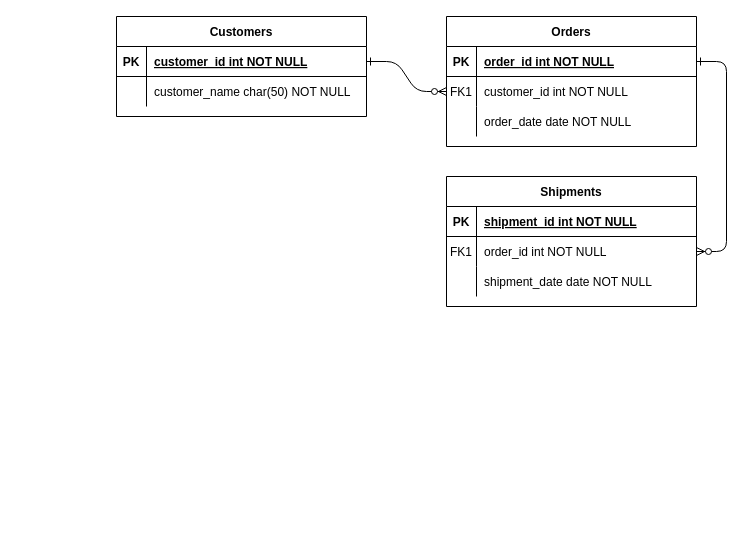
Earlier version of the draw.io diagram 未命名绘图.drawio (wangyj/docs). Source tidied: cells renumbered, new cells numbered last; positions are measured from the earlier drawing's top-left corner, leaving out a move shared by most shapes. Both pictures are drawn from the tidied source at 100%, with x=0, y=0 at pixel (116, 16).
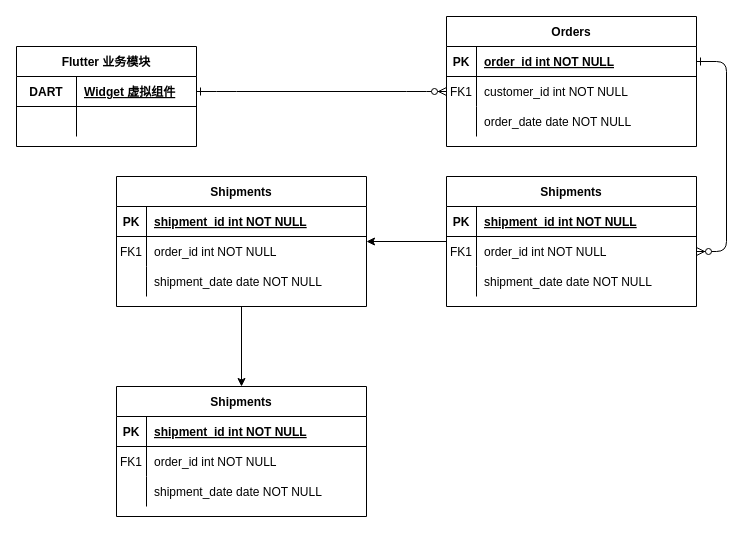
Above is the later version.

Commit message:
更新未命名绘图.drawio

Unchanged cells that the change refers to:
```xml
<mxCell id="14" value="Shipments" style="shape=table;startSize=30;childLayout=tableLayout;rowLines=0;fontStyle=1;align=center;" parent="1" vertex="1">
  <mxGeometry x="330" y="160" width="250" height="130" as="geometry" />
</mxCell>
```

Change to the diagram source:
```diff
@@
+    <mxCell id="31" style="edgeStyle=orthogonalEdgeStyle;rounded=0;jettySize=auto;html=1;" parent="1" edge="1" source="14" target="33">
+      <mxGeometry relative="1" as="geometry" />
+    </mxCell>
@@
-    <mxCell id="24" value="Customers" style="shape=table;startSize=30;childLayout=tableLayout;rowLines=0;fontStyle=1;align=center;" parent="1" vertex="1">
-      <mxGeometry width="250" height="100" as="geometry" />
+    <mxCell id="24" value="Flutter 业务模块" style="shape=table;startSize=30;childLayout=tableLayout;rowLines=0;fontStyle=1;align=center;" parent="1" vertex="1">
+      <mxGeometry x="-100" y="30" width="180" height="100" as="geometry" />
     </mxCell>
     <mxCell id="25" style="shape=partialRectangle;fillColor=none;points=[[0,0.5],[1,0.5]];portConstraint=eastwest;top=0;left=0;right=0;bottom=1;" parent="24" vertex="1">
-      <mxGeometry y="30" width="250" height="30" as="geometry" />
+      <mxGeometry y="30" width="180" height="30" as="geometry" />
     </mxCell>
-    <mxCell id="26" value="PK" style="shape=partialRectangle;overflow=hidden;fillColor=none;top=0;left=0;bottom=0;right=0;fontStyle=1;" parent="25" vertex="1">
-      <mxGeometry width="30" height="30" as="geometry" />
+    <mxCell id="26" value="DART" style="shape=partialRectangle;overflow=hidden;fillColor=none;top=0;left=0;bottom=0;right=0;fontStyle=1;" parent="25" vertex="1">
+      <mxGeometry width="60" height="30" as="geometry" />
     </mxCell>
-    <mxCell id="27" value="customer_id int NOT NULL " style="shape=partialRectangle;overflow=hidden;fillColor=none;top=0;left=0;bottom=0;right=0;align=left;spacingLeft=6;fontStyle=5;" parent="25" vertex="1">
-      <mxGeometry x="30" width="220" height="30" as="geometry" />
+    <mxCell id="27" value="Widget 虚拟组件" style="shape=partialRectangle;overflow=hidden;fillColor=none;top=0;left=0;bottom=0;right=0;align=left;spacingLeft=6;fontStyle=5;" parent="25" vertex="1">
+      <mxGeometry x="60" width="120" height="30" as="geometry" />
     </mxCell>
     <mxCell id="28" style="shape=partialRectangle;fillColor=none;top=0;left=0;right=0;bottom=0;" parent="24" vertex="1">
-      <mxGeometry y="60" width="250" height="30" as="geometry" />
+      <mxGeometry y="60" width="180" height="30" as="geometry" />
     </mxCell>
     <mxCell id="29" style="shape=partialRectangle;overflow=hidden;fillColor=none;top=0;left=0;bottom=0;right=0;" parent="28" vertex="1">
-      <mxGeometry width="30" height="30" as="geometry" />
+      <mxGeometry width="60" height="30" as="geometry" />
     </mxCell>
-    <mxCell id="30" value="customer_name char(50) NOT NULL" style="shape=partialRectangle;overflow=hidden;fillColor=none;top=0;left=0;bottom=0;right=0;align=left;spacingLeft=6;" parent="28" vertex="1">
-      <mxGeometry x="30" width="220" height="30" as="geometry" />
+    <mxCell id="30" style="shape=partialRectangle;overflow=hidden;fillColor=none;top=0;left=0;bottom=0;right=0;align=left;spacingLeft=6;" parent="28" vertex="1">
+      <mxGeometry x="60" width="120" height="30" as="geometry" />
     </mxCell>
+    <mxCell id="32" style="edgeStyle=orthogonalEdgeStyle;rounded=0;jettySize=auto;html=1;" parent="1" edge="1" source="33" target="43">
+      <mxGeometry relative="1" as="geometry" />
+    </mxCell>
+    <mxCell id="33" value="Shipments" style="shape=table;startSize=30;childLayout=tableLayout;rowLines=0;fontStyle=1;align=center;" parent="1" vertex="1">
+      <mxGeometry y="160" width="250" height="130" as="geometry" />
+    </mxCell>
+    <mxCell id="34" style="shape=partialRectangle;fillColor=none;top=0;left=0;right=0;bottom=1;" parent="33" vertex="1">
+      <mxGeometry y="30" width="250" height="30" as="geometry" />
+    </mxCell>
+    <mxCell id="35" value="PK" style="shape=partialRectangle;overflow=hidden;fillColor=none;top=0;left=0;bottom=0;right=0;fontStyle=1;" parent="34" vertex="1">
+      <mxGeometry width="30" height="30" as="geometry" />
+    </mxCell>
+    <mxCell id="36" value="shipment_id int NOT NULL " style="shape=partialRectangle;overflow=hidden;fillColor=none;top=0;left=0;bottom=0;right=0;align=left;spacingLeft=6;fontStyle=5;" parent="34" vertex="1">
+      <mxGeometry x="30" width="220" height="30" as="geometry" />
+    </mxCell>
+    <mxCell id="37" style="shape=partialRectangle;fillColor=none;top=0;left=0;right=0;bottom=0;" parent="33" vertex="1">
+      <mxGeometry y="60" width="250" height="30" as="geometry" />
+    </mxCell>
+    <mxCell id="38" value="FK1" style="shape=partialRectangle;overflow=hidden;fillColor=none;top=0;left=0;bottom=0;right=0;" parent="37" vertex="1">
+      <mxGeometry width="30" height="30" as="geometry" />
+    </mxCell>
+    <mxCell id="39" value="order_id int NOT NULL" style="shape=partialRectangle;overflow=hidden;fillColor=none;top=0;left=0;bottom=0;right=0;align=left;spacingLeft=6;" parent="37" vertex="1">
+      <mxGeometry x="30" width="220" height="30" as="geometry" />
+    </mxCell>
+    <mxCell id="40" style="shape=partialRectangle;fillColor=none;top=0;left=0;right=0;bottom=0;" parent="33" vertex="1">
+      <mxGeometry y="90" width="250" height="30" as="geometry" />
+    </mxCell>
+    <mxCell id="41" style="shape=partialRectangle;overflow=hidden;fillColor=none;top=0;left=0;bottom=0;right=0;" parent="40" vertex="1">
+      <mxGeometry width="30" height="30" as="geometry" />
+    </mxCell>
+    <mxCell id="42" value="shipment_date date NOT NULL" style="shape=partialRectangle;overflow=hidden;fillColor=none;top=0;left=0;bottom=0;right=0;align=left;spacingLeft=6;" parent="40" vertex="1">
+      <mxGeometry x="30" width="220" height="30" as="geometry" />
+    </mxCell>
+    <mxCell id="43" value="Shipments" style="shape=table;startSize=30;childLayout=tableLayout;rowLines=0;fontStyle=1;align=center;" parent="1" vertex="1">
+      <mxGeometry y="370" width="250" height="130" as="geometry" />
+    </mxCell>
+    <mxCell id="44" style="shape=partialRectangle;fillColor=none;top=0;left=0;right=0;bottom=1;" parent="43" vertex="1">
+      <mxGeometry y="30" width="250" height="30" as="geometry" />
+    </mxCell>
+    <mxCell id="45" value="PK" style="shape=partialRectangle;overflow=hidden;fillColor=none;top=0;left=0;bottom=0;right=0;fontStyle=1;" parent="44" vertex="1">
+      <mxGeometry width="30" height="30" as="geometry" />
+    </mxCell>
+    <mxCell id="46" value="shipment_id int NOT NULL " style="shape=partialRectangle;overflow=hidden;fillColor=none;top=0;left=0;bottom=0;right=0;align=left;spacingLeft=6;fontStyle=5;" parent="44" vertex="1">
+      <mxGeometry x="30" width="220" height="30" as="geometry" />
+    </mxCell>
+    <mxCell id="47" style="shape=partialRectangle;fillColor=none;top=0;left=0;right=0;bottom=0;" parent="43" vertex="1">
+      <mxGeometry y="60" width="250" height="30" as="geometry" />
+    </mxCell>
+    <mxCell id="48" value="FK1" style="shape=partialRectangle;overflow=hidden;fillColor=none;top=0;left=0;bottom=0;right=0;" parent="47" vertex="1">
+      <mxGeometry width="30" height="30" as="geometry" />
+    </mxCell>
+    <mxCell id="49" value="order_id int NOT NULL" style="shape=partialRectangle;overflow=hidden;fillColor=none;top=0;left=0;bottom=0;right=0;align=left;spacingLeft=6;" parent="47" vertex="1">
+      <mxGeometry x="30" width="220" height="30" as="geometry" />
+    </mxCell>
+    <mxCell id="50" style="shape=partialRectangle;fillColor=none;top=0;left=0;right=0;bottom=0;" parent="43" vertex="1">
+      <mxGeometry y="90" width="250" height="30" as="geometry" />
+    </mxCell>
+    <mxCell id="51" style="shape=partialRectangle;overflow=hidden;fillColor=none;top=0;left=0;bottom=0;right=0;" parent="50" vertex="1">
+      <mxGeometry width="30" height="30" as="geometry" />
+    </mxCell>
+    <mxCell id="52" value="shipment_date date NOT NULL" style="shape=partialRectangle;overflow=hidden;fillColor=none;top=0;left=0;bottom=0;right=0;align=left;spacingLeft=6;" parent="50" vertex="1">
+      <mxGeometry x="30" width="220" height="30" as="geometry" />
+    </mxCell>
```
